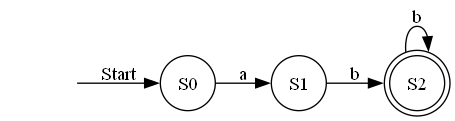
The Graphviz diagram model/Minimized_DFA.gv.png in SarahElzayat/regex_nfa, before a commit. Its source is kept beside it as model/Minimized_DFA.gv.
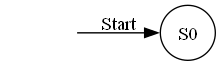
After the change.

The edit, as a diff of the source:
```diff
@@ -3,10 +3,5 @@
 	node [shape=circle]
 	"" [shape=none]
 	S0 [label=S0 shape=circle]
-	S1 [label=S1 shape=circle]
-	S2 [label=S2 shape=doublecircle]
 	"" -> S0 [label=Start]
-	S0 -> S1 [label=a]
-	S1 -> S2 [label=b]
-	S2 -> S2 [label=b]
 }
```
